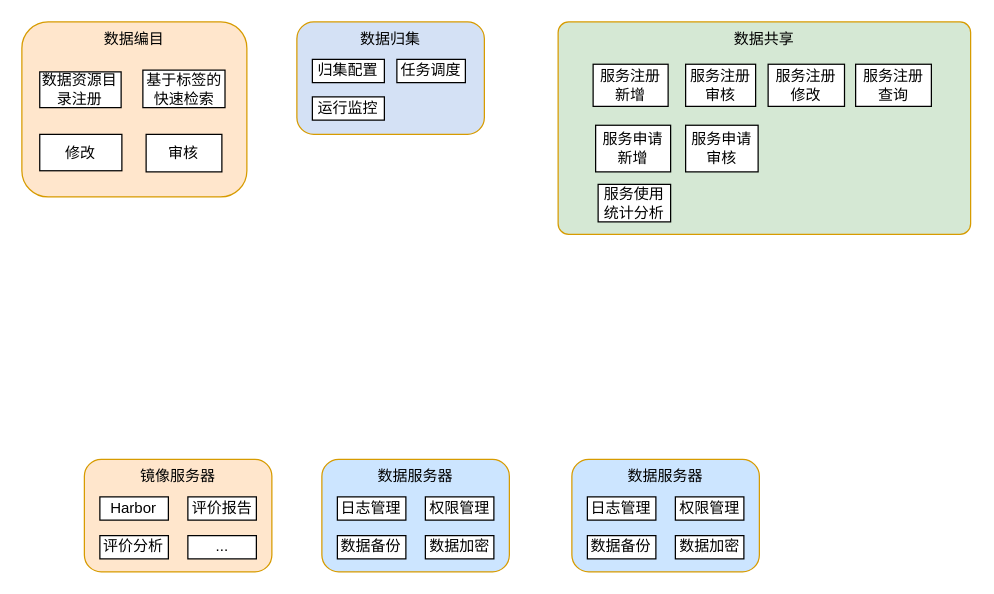
Above: doc/未命名绘图.drawio in CoderDream/java-architect-util (draw.io), before the change. Source tidied: cells renumbered, new cells numbered last; positions are measured from the earlier drawing's top-left corner, leaving out a move shared by most shapes. Both pictures are drawn from the tidied source at 125%, with x=0, y=0 at pixel (21, 21).
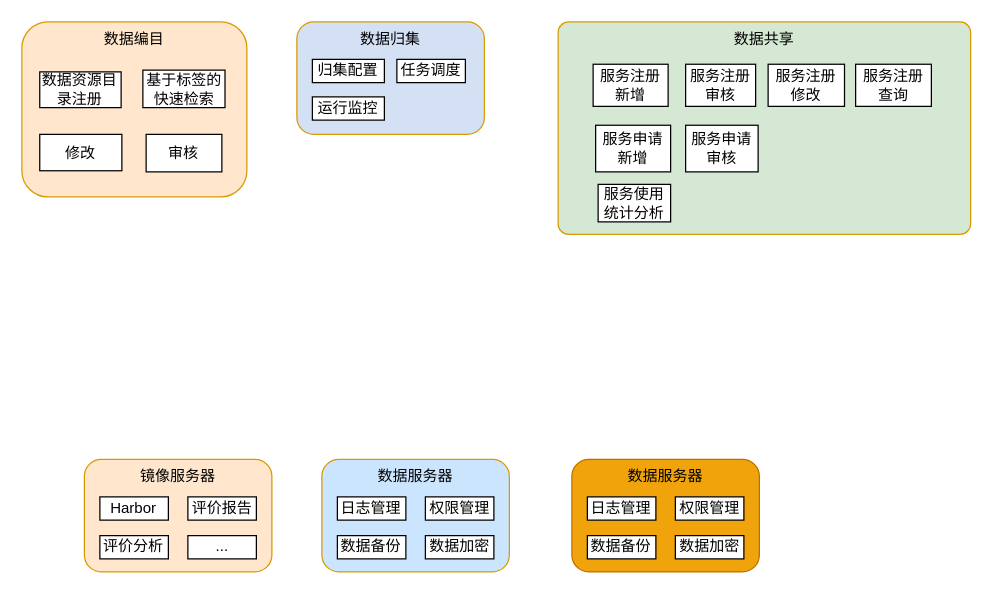
The same page after the edit.

Commit message (it also covers changes not shown here):
更新未命名绘图.drawio

The change refers to these unchanged cells:
```xml
<mxCell id="36" style="group;" parent="1" vertex="1">
  <mxGeometry x="440" y="350" width="150" height="90" as="geometry" />
</mxCell>
```

What changed in the source:
```diff
@@
-    <mxCell id="37" value="数据服务器" style="rounded=1;whiteSpace=wrap;html=1;fillColor=#CCE5FF;strokeColor=#d79b00;verticalAlign=top;" parent="36" vertex="1">
+    <mxCell id="37" value="数据服务器" style="rounded=1;whiteSpace=wrap;html=1;fillColor=#f0a30a;strokeColor=#BD7000;verticalAlign=top;fontColor=#000000;" parent="36" vertex="1">
       <mxGeometry width="150" height="90" as="geometry" />
     </mxCell>
```
